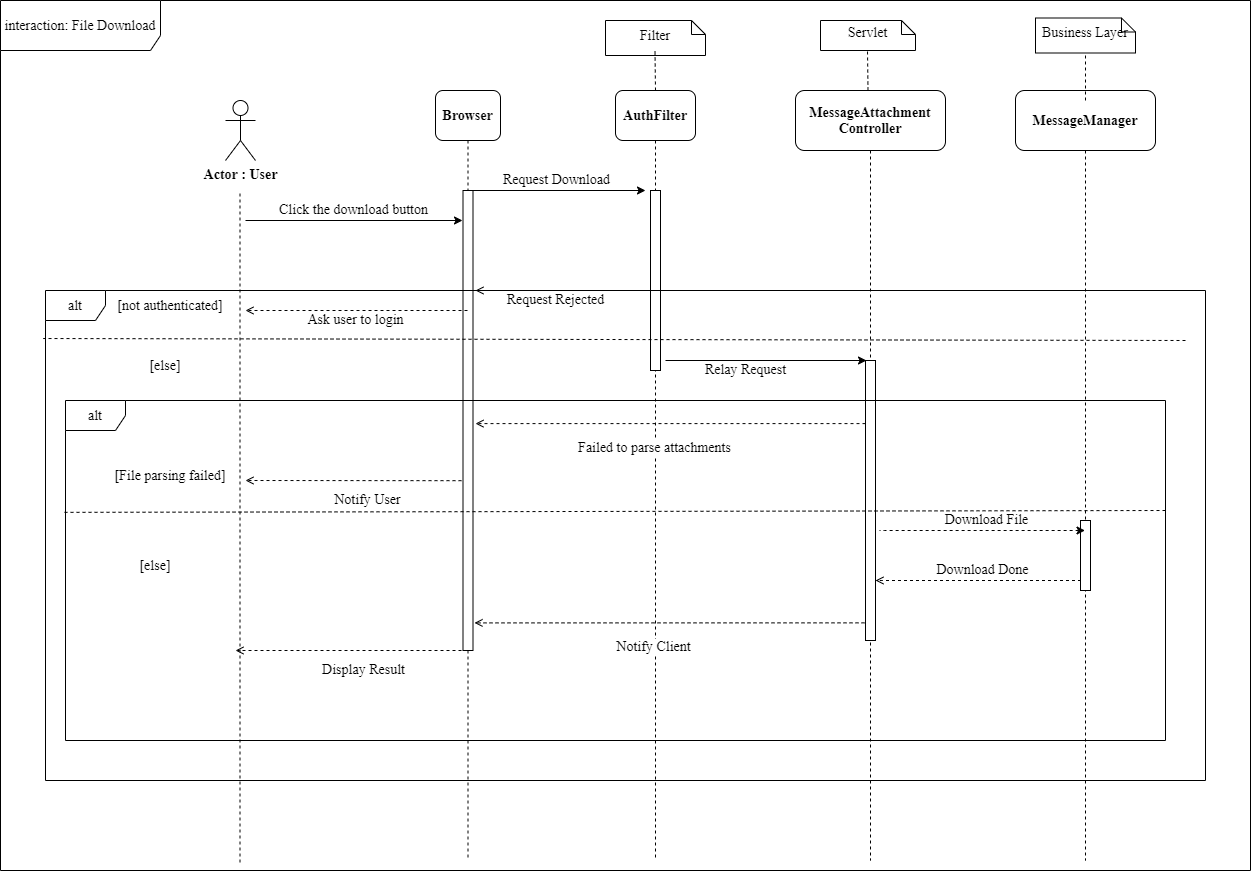
anthony2v/MessageBoard keeps this draw.io diagram as documentation/diagrams/SequenceDiagram -File_Download.png. Above is the earlier version. Source tidied: cells renumbered, new cells last; positions are measured from the earlier drawing's top-left corner, leaving out a move shared by most shapes.
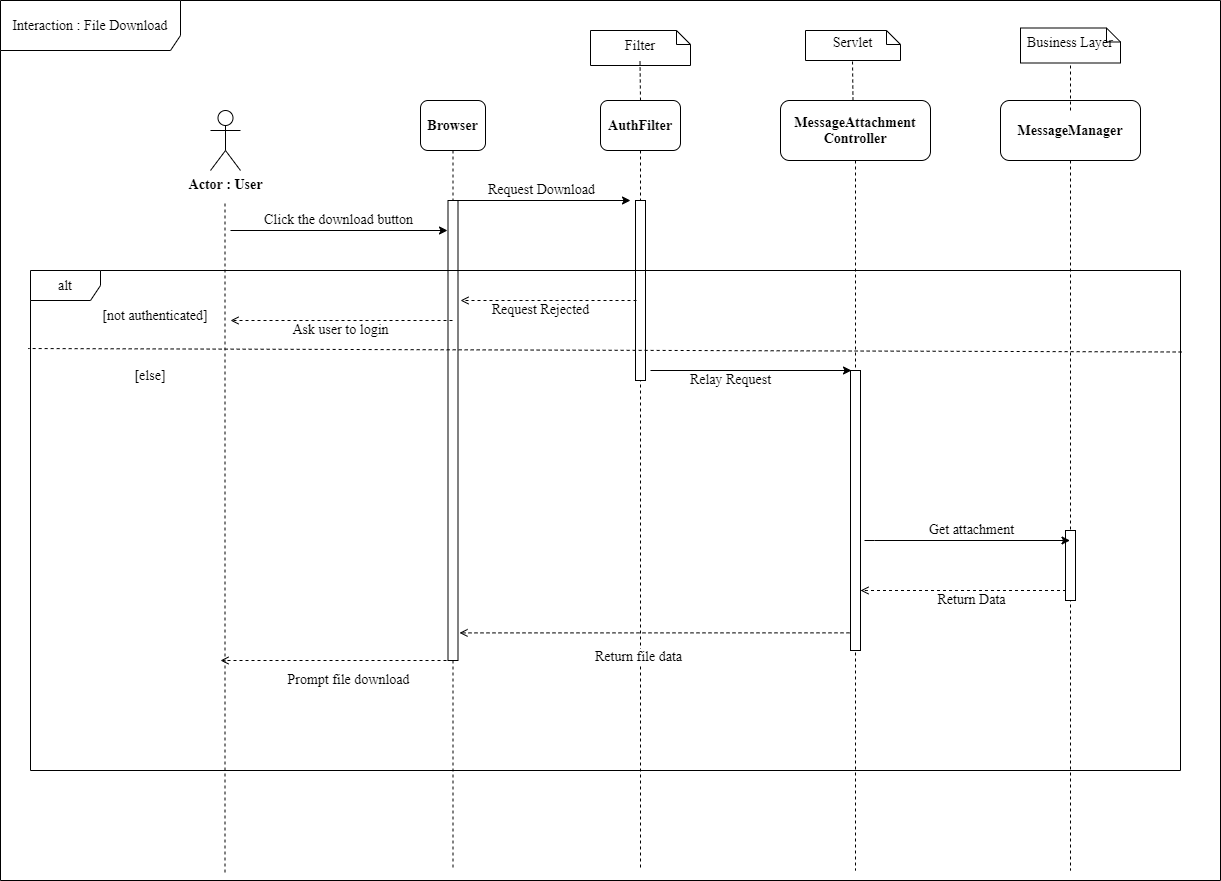
Later version of the same file.

Change to the diagram source:
```diff
@@ -91,7 +91,7 @@
         <mxPoint x="1085" y="100" as="targetPoint" />
       </mxGeometry>
     </mxCell>
-    <mxCell id="23" value="Download File" style="html=1;verticalAlign=bottom;endArrow=none;dashed=1;fontFamily=Times New Roman;fontSize=14;endFill=0;startArrow=classic;startFill=1;" parent="1" edge="1" source="5">
+    <mxCell id="23" value="Get attachment" style="html=1;verticalAlign=bottom;endArrow=none;fontFamily=Times New Roman;fontSize=14;endFill=0;startArrow=classic;startFill=1;" parent="1" edge="1" source="5">
       <mxGeometry x="-0.03" relative="1" as="geometry">
         <mxPoint x="879" y="530" as="targetPoint" />
         <Array as="points">
@@ -100,68 +100,41 @@
         <mxPoint x="1" as="offset" />
       </mxGeometry>
     </mxCell>
-    <mxCell id="24" value="Download Done" style="html=1;verticalAlign=bottom;endArrow=open;dashed=1;fontFamily=Times New Roman;fontSize=14;endFill=0;startArrow=none;startFill=0;" parent="1" edge="1">
-      <mxGeometry x="-0.03" relative="1" as="geometry">
+    <mxCell id="24" value="Return Data" style="html=1;verticalAlign=bottom;endArrow=open;dashed=1;fontFamily=Times New Roman;fontSize=14;endFill=0;startArrow=none;startFill=0;" parent="1" edge="1">
+      <mxGeometry x="-0.07" y="20" relative="1" as="geometry">
         <mxPoint x="1080.5" y="580" as="sourcePoint" />
         <mxPoint x="875" y="580" as="targetPoint" />
         <Array as="points">
           <mxPoint x="875" y="580" />
         </Array>
-        <mxPoint x="1" as="offset" />
       </mxGeometry>
     </mxCell>
-    <mxCell id="25" value="Notify Client" style="html=1;verticalAlign=bottom;endArrow=open;fontFamily=Times New Roman;fontSize=14;endFill=0;startArrow=none;startFill=0;dashed=1;exitX=-0.1;exitY=0.937;exitDx=0;exitDy=0;exitPerimeter=0;entryX=1.15;entryY=0.94;entryDx=0;entryDy=0;entryPerimeter=0;" parent="1" edge="1" source="14" target="4">
+    <mxCell id="25" value="Return file data" style="html=1;verticalAlign=bottom;endArrow=open;fontFamily=Times New Roman;fontSize=14;endFill=0;startArrow=none;startFill=0;dashed=1;exitX=-0.1;exitY=0.937;exitDx=0;exitDy=0;exitPerimeter=0;entryX=1.15;entryY=0.94;entryDx=0;entryDy=0;entryPerimeter=0;" parent="1" edge="1" source="14" target="4">
       <mxGeometry x="0.08" y="35" relative="1" as="geometry" />
     </mxCell>
-    <mxCell id="26" value="Display Result" style="html=1;verticalAlign=bottom;endArrow=open;fontFamily=Times New Roman;fontSize=14;endFill=0;startArrow=none;startFill=0;exitX=-0.15;exitY=0.226;exitDx=0;exitDy=0;exitPerimeter=0;dashed=1;" parent="1" edge="1">
+    <mxCell id="26" value="Prompt file download" style="html=1;verticalAlign=bottom;endArrow=open;fontFamily=Times New Roman;fontSize=14;endFill=0;startArrow=none;startFill=0;exitX=-0.15;exitY=0.226;exitDx=0;exitDy=0;exitPerimeter=0;dashed=1;" parent="1" edge="1">
       <mxGeometry x="-0.13" y="30" relative="1" as="geometry">
         <mxPoint x="461" y="650" as="sourcePoint" />
         <mxPoint x="235" y="650" as="targetPoint" />
       </mxGeometry>
     </mxCell>
-    <mxCell id="27" value="Notify User" style="html=1;verticalAlign=bottom;endArrow=open;fontFamily=Times New Roman;fontSize=14;endFill=0;startArrow=none;startFill=0;exitX=-0.15;exitY=0.226;exitDx=0;exitDy=0;exitPerimeter=0;dashed=1;" parent="1" edge="1">
-      <mxGeometry x="-0.13" y="30" relative="1" as="geometry">
-        <mxPoint x="461" y="480.2" as="sourcePoint" />
-        <mxPoint x="245" y="480" as="targetPoint" />
-      </mxGeometry>
-    </mxCell>
-    <mxCell id="28" value="Failed to parse attachments" style="html=1;verticalAlign=bottom;endArrow=open;fontFamily=Times New Roman;fontSize=14;endFill=0;startArrow=none;startFill=0;dashed=1;entryX=1.15;entryY=0.94;entryDx=0;entryDy=0;entryPerimeter=0;" parent="1" edge="1" source="14">
-      <mxGeometry x="0.08" y="35" relative="1" as="geometry">
-        <mxPoint x="475" y="423.1" as="targetPoint" />
-      </mxGeometry>
-    </mxCell>
     <mxCell id="29" value="[not authenticated]" style="text;html=1;strokeColor=none;fillColor=none;align=center;verticalAlign=middle;whiteSpace=wrap;rounded=0;fontFamily=Times New Roman;fontSize=14;" parent="1" vertex="1">
       <mxGeometry x="115" y="280" width="110" height="50" as="geometry" />
     </mxCell>
-    <mxCell id="30" value="[File parsing failed]" style="text;html=1;strokeColor=none;fillColor=none;align=center;verticalAlign=middle;whiteSpace=wrap;rounded=0;fontFamily=Times New Roman;fontSize=14;" parent="1" vertex="1">
-      <mxGeometry x="110" y="450" width="120" height="50" as="geometry" />
-    </mxCell>
     <mxCell id="31" value="[else]" style="text;html=1;strokeColor=none;fillColor=none;align=center;verticalAlign=middle;whiteSpace=wrap;rounded=0;fontFamily=Times New Roman;fontSize=14;" parent="1" vertex="1">
       <mxGeometry x="105" y="340" width="120" height="50" as="geometry" />
     </mxCell>
-    <mxCell id="32" value="[else]" style="text;html=1;strokeColor=none;fillColor=none;align=center;verticalAlign=middle;whiteSpace=wrap;rounded=0;fontFamily=Times New Roman;fontSize=14;" parent="1" vertex="1">
-      <mxGeometry x="95" y="540" width="120" height="50" as="geometry" />
-    </mxCell>
-    <mxCell id="33" style="html=1;verticalAlign=bottom;endArrow=none;fontFamily=Times New Roman;fontSize=14;endFill=0;startArrow=none;startFill=0;dashed=1;entryX=-0.003;entryY=0.329;entryDx=0;entryDy=0;entryPerimeter=0;" parent="1" edge="1" target="34">
-      <mxGeometry x="0.04" y="40" relative="1" as="geometry">
-        <mxPoint x="1165" y="510" as="sourcePoint" />
-        <mxPoint x="1" as="offset" />
-      </mxGeometry>
-    </mxCell>
-    <mxCell id="34" value="alt&lt;span style=&quot;color: rgba(0 , 0 , 0 , 0) ; font-family: monospace ; font-size: 0px&quot;&gt;%3CmxGraphModel%3E%3Croot%3E%3CmxCell%20id%3D%220%22%2F%3E%3CmxCell%20id%3D%221%22%20parent%3D%220%22%2F%3E%3CmxCell%20id%3D%222%22%20value%3D%22alt%22%20style%3D%22shape%3DumlFrame%3BwhiteSpace%3Dwrap%3Bhtml%3D1%3BfontFamily%3DTimes%20New%20Roman%3BfontSize%3D14%3Balign%3Dcenter%3B%22%20vertex%3D%221%22%20parent%3D%221%22%3E%3CmxGeometry%20x%3D%22-50%22%20y%3D%22290%22%20width%3D%221140%22%20height%3D%22490%22%20as%3D%22geometry%22%2F%3E%3C%2FmxCell%3E%3C%2Froot%3E%3C%2FmxGraphModel%3E&lt;/span&gt;" style="shape=umlFrame;whiteSpace=wrap;html=1;fontFamily=Times New Roman;fontSize=14;align=center;" parent="1" vertex="1">
-      <mxGeometry x="65" y="400" width="1100" height="340" as="geometry" />
-    </mxCell>
-    <mxCell id="35" style="html=1;verticalAlign=bottom;endArrow=none;fontFamily=Times New Roman;fontSize=14;endFill=0;startArrow=none;startFill=0;dashed=1;entryX=-0.002;entryY=0.098;entryDx=0;entryDy=0;entryPerimeter=0;" parent="1" edge="1" target="36">
+    <mxCell id="35" style="html=1;verticalAlign=bottom;endArrow=none;fontFamily=Times New Roman;fontSize=14;endFill=0;startArrow=none;startFill=0;dashed=1;entryX=-0.002;entryY=0.098;entryDx=0;entryDy=0;entryPerimeter=0;exitX=1.001;exitY=0.163;exitDx=0;exitDy=0;exitPerimeter=0;" parent="1" edge="1" source="36">
       <mxGeometry x="0.04" y="40" relative="1" as="geometry">
-        <mxPoint x="1185" y="340" as="sourcePoint" />
+        <mxPoint x="42.7" y="338" as="targetPoint" />
         <mxPoint x="1" as="offset" />
       </mxGeometry>
     </mxCell>
-    <mxCell id="36" value="alt" style="shape=umlFrame;whiteSpace=wrap;html=1;fontFamily=Times New Roman;fontSize=14;align=center;" parent="1" vertex="1">
-      <mxGeometry x="45" y="290" width="1160" height="490" as="geometry" />
+    <mxCell id="36" value="alt" style="shape=umlFrame;whiteSpace=wrap;html=1;fontFamily=Times New Roman;fontSize=14;align=center;width=70;height=30;" parent="1" vertex="1">
+      <mxGeometry x="45" y="260" width="1150" height="500" as="geometry" />
     </mxCell>
-    <mxCell id="37" value="interaction: File Download" style="shape=umlFrame;whiteSpace=wrap;html=1;fontFamily=Times New Roman;fontSize=14;align=center;width=160;height=50;" parent="1" vertex="1">
-      <mxGeometry width="1250" height="870" as="geometry" />
-    </mxCell>
+    <mxCell id="38" value="Interaction : File Download" style="shape=umlFrame;whiteSpace=wrap;html=1;fontFamily=Times New Roman;fontSize=14;align=center;width=180;height=50;" parent="1" vertex="1">
+      <mxGeometry x="15" y="-10" width="1220" height="880" as="geometry" />
+    </mxCell>
   </root>
 </mxGraphModel>
```
